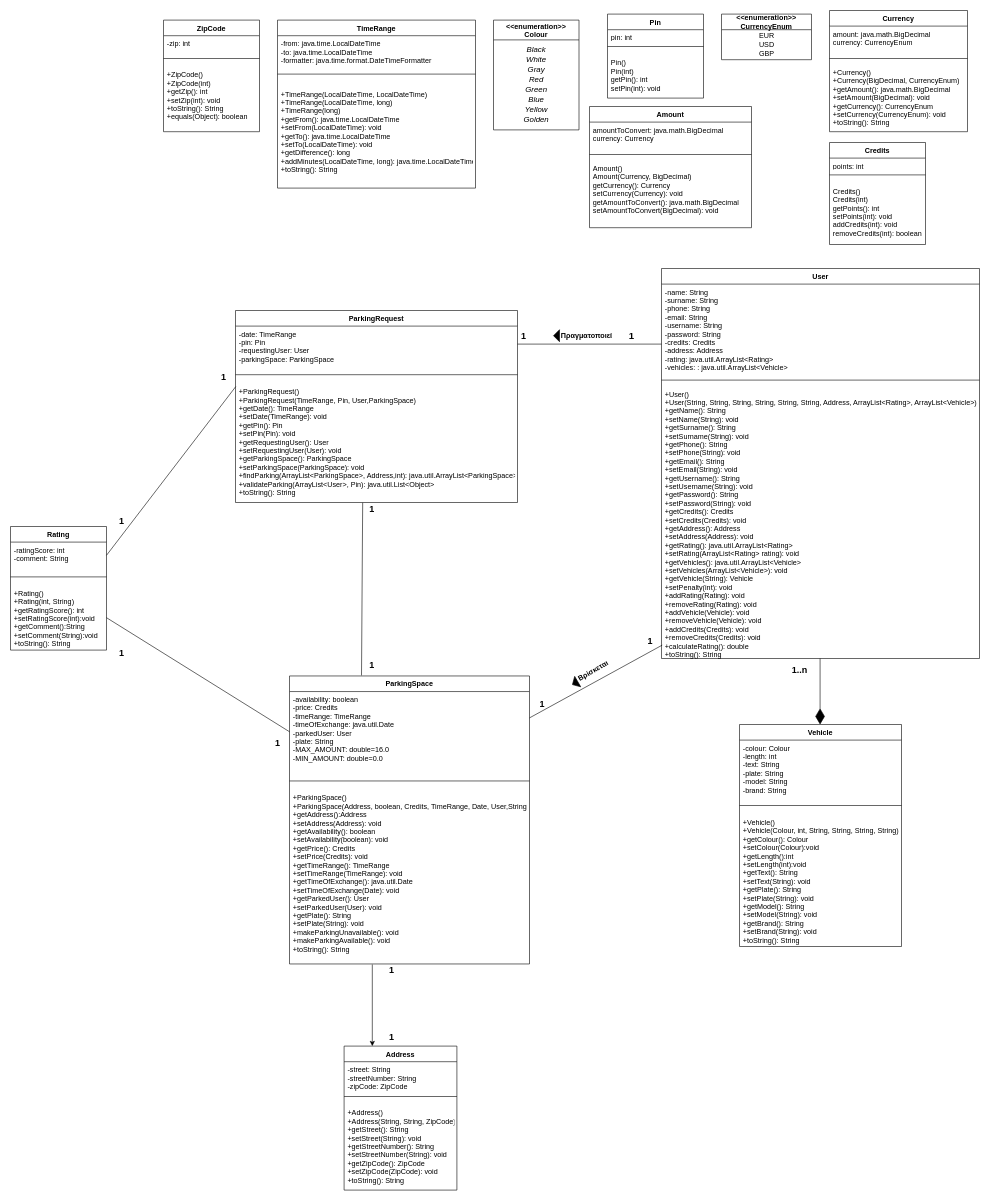
Earlier version of the draw.io diagram requirements/DRAWIO files/classDiagram.drawio (ntinouldinho/Parking-App). Source tidied: cells renumbered, new cells numbered last; positions are measured from the earlier drawing's top-left corner, leaving out a move shared by most shapes. Both pictures are drawn from the tidied source at 60%, with x=0, y=0 at pixel (10, 10).
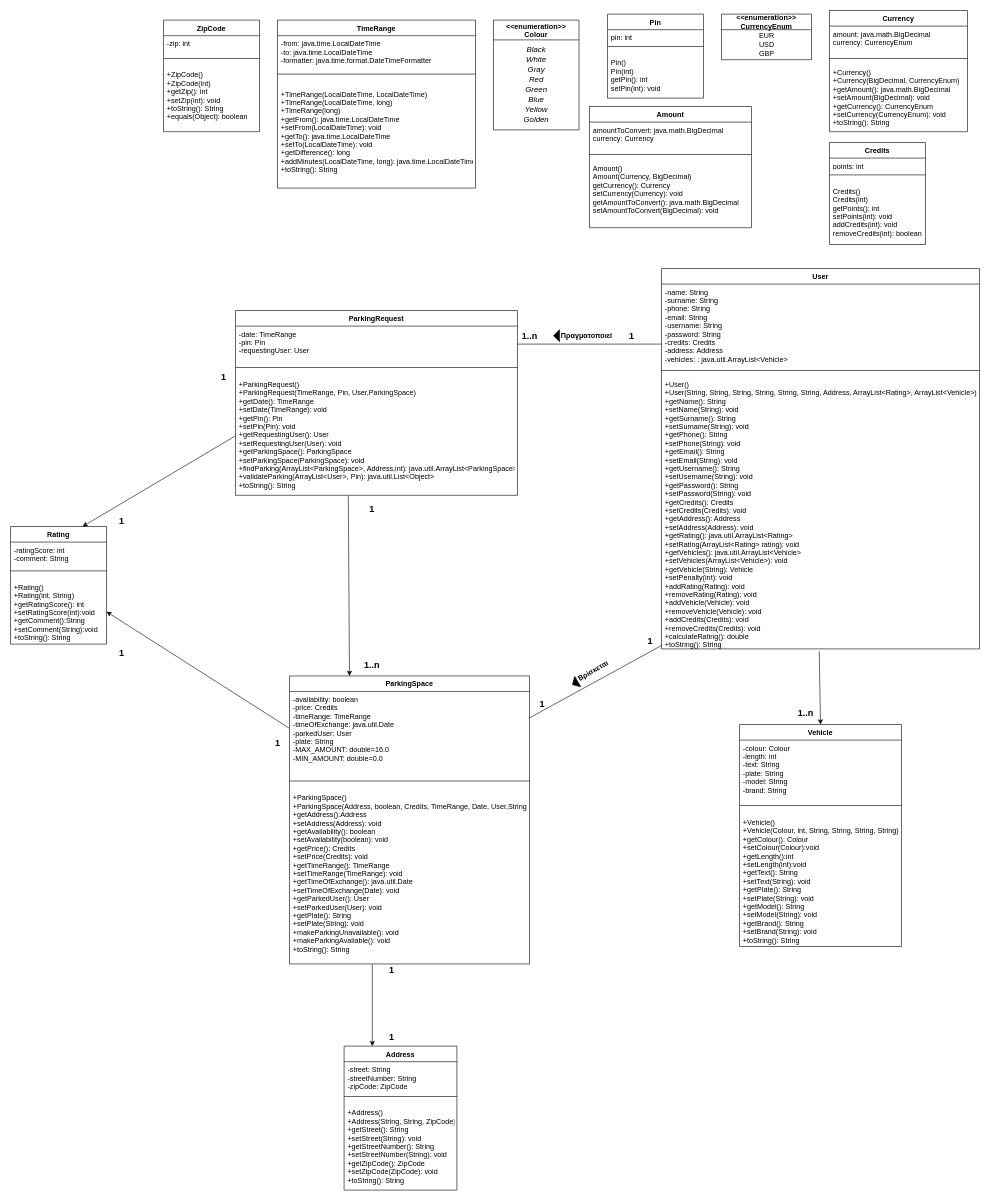
Above is the later version.

Unchanged cells that the change refers to:
```xml
<mxCell id="25" value="Vehicle" style="swimlane;fontStyle=1;align=center;verticalAlign=top;horizontal=1;startSize=26;" parent="1" vertex="1">
  <mxGeometry x="1215" y="1190" width="270" height="370" as="geometry" />
</mxCell>
<mxCell id="33" value="ParkingSpace" style="swimlane;fontStyle=1;align=center;verticalAlign=top;horizontal=1;startSize=26;" parent="1" vertex="1">
  <mxGeometry x="465" y="1109.1" width="400" height="480" as="geometry" />
</mxCell>
<mxCell id="34" value="-availability: boolean&#10;-price: Credits&#10;-timeRange: TimeRange&#10;-timeOfExchange: java.util.Date&#10;-parkedUser: User&#10;-plate: String&#10;-MAX_AMOUNT: double=16.0&#10;-MIN_AMOUNT: double=0.0&#10;" style="text;strokeColor=none;fillColor=none;align=left;verticalAlign=top;spacingLeft=4;spacingRight=4;overflow=hidden;points=[[0,0.5],[1,0.5]];portConstraint=eastwest;" parent="33" vertex="1">
  <mxGeometry y="26" width="400" height="134" as="geometry" />
</mxCell>
```

Change to the diagram source:
```diff
@@
     <mxCell id="2" value="&lt;b&gt;&lt;font style=&quot;font-size: 15px&quot;&gt;1..n&lt;/font&gt;&lt;/b&gt;" style="text;html=1;align=center;verticalAlign=middle;" parent="1" vertex="1">
-      <mxGeometry x="1295" y="1089.1" width="40" height="20" as="geometry" />
+      <mxGeometry x="1305" y="1160" width="40" height="20" as="geometry" />
     </mxCell>
@@
-    <mxCell id="6" style="endArrow=none;html=1;exitX=0.461;exitY=0.014;exitDx=0;exitDy=0;exitPerimeter=0;entryX=0.451;entryY=1.002;entryDx=0;entryDy=0;entryPerimeter=0;" parent="1" edge="1" target="32">
-      <mxGeometry relative="1" as="geometry">
-        <mxPoint x="585" y="1108.2" as="sourcePoint" />
-      </mxGeometry>
-    </mxCell>
-    <mxCell id="7" value="&lt;b&gt;&lt;font style=&quot;font-size: 15px&quot;&gt;1&lt;/font&gt;&lt;/b&gt;" style="text;html=1;align=center;verticalAlign=middle;" parent="1" vertex="1">
-      <mxGeometry x="845" y="532" width="20" height="20" as="geometry" />
+    <mxCell id="7" value="&lt;b&gt;&lt;font style=&quot;font-size: 15px&quot;&gt;1..n&lt;/font&gt;&lt;/b&gt;" style="text;html=1;align=center;verticalAlign=middle;" parent="1" vertex="1">
+      <mxGeometry x="845" y="532" width="40" height="20" as="geometry" />
     </mxCell>
@@
-    <mxCell id="9" value="&lt;b&gt;&lt;font style=&quot;font-size: 15px&quot;&gt;1&lt;/font&gt;&lt;/b&gt;" style="text;html=1;align=center;verticalAlign=middle;" parent="1" vertex="1">
-      <mxGeometry x="592" y="1080.6" width="20" height="20" as="geometry" />
+    <mxCell id="9" value="&lt;b&gt;&lt;font style=&quot;font-size: 15px&quot;&gt;1..n&lt;/font&gt;&lt;/b&gt;" style="text;html=1;align=center;verticalAlign=middle;" parent="1" vertex="1">
+      <mxGeometry x="582" y="1080.6" width="40" height="20" as="geometry" />
     </mxCell>
@@
-    <mxCell id="20" style="endArrow=diamondThin;endFill=1;endSize=24;html=1;entryX=0.5;entryY=0;entryDx=0;entryDy=0;" parent="1" edge="1">
-      <mxGeometry relative="1" as="geometry">
-        <mxPoint x="1349.3" y="1080" as="sourcePoint" />
-        <mxPoint x="1349.3" y="1190" as="targetPoint" />
-      </mxGeometry>
-    </mxCell>
     <mxCell id="21" value="User" style="swimlane;fontStyle=1;align=center;verticalAlign=top;horizontal=1;startSize=26;" parent="1" vertex="1">
-      <mxGeometry x="1085" y="430" width="530" height="650" as="geometry" />
+      <mxGeometry x="1085" y="430" width="530" height="634" as="geometry" />
     </mxCell>
-    <mxCell id="22" value="-name: String&#10;-surname: String&#10;-phone: String&#10;-email: String&#10;-username: String&#10;-password: String&#10;-credits: Credits&#10;-address: Address&#10;-rating: java.util.ArrayList&lt;Rating&gt;&#10;-vehicles: : java.util.ArrayList&lt;Vehicle&gt;&#10;" style="text;strokeColor=none;fillColor=none;align=left;verticalAlign=top;spacingLeft=4;spacingRight=4;overflow=hidden;" parent="21" vertex="1">
-      <mxGeometry y="26" width="530" height="150" as="geometry" />
+    <mxCell id="22" value="-name: String&#10;-surname: String&#10;-phone: String&#10;-email: String&#10;-username: String&#10;-password: String&#10;-credits: Credits&#10;-address: Address&#10;-vehicles: : java.util.ArrayList&lt;Vehicle&gt;&#10;" style="text;strokeColor=none;fillColor=none;align=left;verticalAlign=top;spacingLeft=4;spacingRight=4;overflow=hidden;" parent="21" vertex="1">
+      <mxGeometry y="26" width="530" height="134" as="geometry" />
     </mxCell>
     <mxCell id="23" style="line;strokeWidth=1;fillColor=none;align=left;verticalAlign=middle;spacingTop=-1;spacingLeft=3;spacingRight=3;labelPosition=right;" parent="21" vertex="1">
-      <mxGeometry y="176" width="530" height="20" as="geometry" />
+      <mxGeometry y="160" width="530" height="20" as="geometry" />
     </mxCell>
     <mxCell id="24" value="+User()&#10;+User(String, String, String, String, String, String, Address, ArrayList&lt;Rating&gt;, ArrayList&lt;Vehicle&gt;)&#10;+getName(): String&#10;+setName(String): void&#10;+getSurname(): String&#10;+setSurname(String): void&#10;+getPhone(): String&#10;+setPhone(String): void&#10;+getEmail(): String&#10;+setEmail(String): void&#10;+getUsername(): String&#10;+setUsername(String): void&#10;+getPassword(): String&#10;+setPassword(String): void&#10;+getCredits(): Credits&#10;+setCredits(Credits): void&#10;+getAddress(): Address&#10;+setAddress(Address): void&#10;+getRating(): java.util.ArrayList&lt;Rating&gt;&#10;+setRating(ArrayList&lt;Rating&gt; rating): void&#10;+getVehicles(): java.util.ArrayList&lt;Vehicle&gt;&#10;+setVehicles(ArrayList&lt;Vehicle&gt;): void&#10;+getVehicle(String): Vehicle&#10;+setPenalty(int): void&#10;+addRating(Rating): void&#10;+removeRating(Rating): void&#10;+addVehicle(Vehicle): void&#10;+removeVehicle(Vehicle): void&#10;+addCredits(Credits): void&#10;+removeCredits(Credits): void&#10;+calculateRating(): double&#10;+toString(): String" style="text;strokeColor=none;fillColor=none;align=left;verticalAlign=top;spacingLeft=4;spacingRight=4;overflow=hidden;points=[[0,0.5],[1,0.5]];portConstraint=eastwest;" parent="21" vertex="1">
-      <mxGeometry y="196" width="530" height="454" as="geometry" />
+      <mxGeometry y="180" width="530" height="454" as="geometry" />
     </mxCell>
@@
     <mxCell id="29" value="ParkingRequest" style="swimlane;fontStyle=1;align=center;verticalAlign=top;horizontal=1;startSize=26;" parent="1" vertex="1">
-      <mxGeometry x="375" y="500" width="470" height="320" as="geometry" />
+      <mxGeometry x="375" y="500" width="470" height="308" as="geometry" />
     </mxCell>
-    <mxCell id="30" value="-date: TimeRange&#10;-pin: Pin&#10;-requestingUser: User&#10;-parkingSpace: ParkingSpace&#10;" style="text;strokeColor=none;fillColor=none;align=left;verticalAlign=top;spacingLeft=4;spacingRight=4;overflow=hidden;" parent="29" vertex="1">
-      <mxGeometry y="26" width="470" height="66" as="geometry" />
+    <mxCell id="30" value="-date: TimeRange&#10;-pin: Pin&#10;-requestingUser: User&#10;" style="text;strokeColor=none;fillColor=none;align=left;verticalAlign=top;spacingLeft=4;spacingRight=4;overflow=hidden;" parent="29" vertex="1">
+      <mxGeometry y="26" width="470" height="54" as="geometry" />
     </mxCell>
     <mxCell id="31" style="line;strokeWidth=1;fillColor=none;align=left;verticalAlign=middle;spacingTop=-1;spacingLeft=3;spacingRight=3;labelPosition=right;" parent="29" vertex="1">
-      <mxGeometry y="92" width="470" height="30" as="geometry" />
+      <mxGeometry y="80" width="470" height="30" as="geometry" />
     </mxCell>
     <mxCell id="32" value="+ParkingRequest()&#10;+ParkingRequest(TimeRange, Pin, User,ParkingSpace)&#10;+getDate(): TimeRange&#10;+setDate(TimeRange): void&#10;+getPin(): Pin&#10;+setPin(Pin): void&#10;+getRequestingUser(): User&#10;+setRequestingUser(User): void &#10;+getParkingSpace(): ParkingSpace&#10;+setParkingSpace(ParkingSpace): void&#10;+findParking(ArrayList&lt;ParkingSpace&gt;, Address,int): java.util.ArrayList&lt;ParkingSpace&gt;&#10;+validateParking(ArrayList&lt;User&gt;, Pin): java.util.List&lt;Object&gt;&#10;+toString(): String" style="text;strokeColor=none;fillColor=none;align=left;verticalAlign=top;spacingLeft=4;spacingRight=4;overflow=hidden;points=[[0,0.5],[1,0.5]];portConstraint=eastwest;" parent="29" vertex="1">
-      <mxGeometry y="122" width="470" height="198" as="geometry" />
+      <mxGeometry y="110" width="470" height="198" as="geometry" />
     </mxCell>
@@
     <mxCell id="37" value="Rating" style="swimlane;fontStyle=1;align=center;verticalAlign=top;horizontal=1;startSize=26;" parent="1" vertex="1">
-      <mxGeometry y="860" width="160" height="206" as="geometry" />
+      <mxGeometry y="860" width="160" height="196" as="geometry" />
     </mxCell>
     <mxCell id="38" value="-ratingScore: int&#10;-comment: String" style="text;strokeColor=none;fillColor=none;align=left;verticalAlign=top;spacingLeft=4;spacingRight=4;overflow=hidden;points=[[0,0.5],[1,0.5]];portConstraint=eastwest;" parent="37" vertex="1">
-      <mxGeometry y="26" width="160" height="44" as="geometry" />
+      <mxGeometry y="26" width="160" height="34" as="geometry" />
     </mxCell>
     <mxCell id="39" style="line;strokeWidth=1;fillColor=none;align=left;verticalAlign=middle;spacingTop=-1;spacingLeft=3;spacingRight=3;labelPosition=right;" parent="37" vertex="1">
-      <mxGeometry y="70" width="160" height="28" as="geometry" />
+      <mxGeometry y="60" width="160" height="28" as="geometry" />
     </mxCell>
     <mxCell id="40" value="+Rating()&#10;+Rating(int, String)&#10;+getRatingScore(): int&#10;+setRatingScore(int):void&#10;+getComment():String&#10;+setComment(String):void&#10;+toString(): String" style="text;strokeColor=none;fillColor=none;align=left;verticalAlign=top;spacingLeft=4;spacingRight=4;overflow=hidden;points=[[0,0.5],[1,0.5]];portConstraint=eastwest;" parent="37" vertex="1">
-      <mxGeometry y="98" width="160" height="108" as="geometry" />
+      <mxGeometry y="88" width="160" height="108" as="geometry" />
     </mxCell>
@@
-    <mxCell id="68" style="endArrow=none;html=1;entryX=0.001;entryY=0.024;entryDx=0;entryDy=0;entryPerimeter=0;exitX=1;exitY=0.5;exitDx=0;exitDy=0;" parent="1" edge="1" source="38" target="32">
-      <mxGeometry relative="1" as="geometry" />
-    </mxCell>
-    <mxCell id="69" style="endArrow=none;html=1;entryX=1;entryY=0.5;entryDx=0;entryDy=0;exitX=0;exitY=0.5;exitDx=0;exitDy=0;" parent="1" edge="1" source="34" target="40">
-      <mxGeometry relative="1" as="geometry" />
-    </mxCell>
@@
+    <mxCell id="69" style="endArrow=classic;html=1;exitX=-0.002;exitY=0.454;exitDx=0;exitDy=0;exitPerimeter=0;entryX=1;entryY=0.5;entryDx=0;entryDy=0;" parent="1" edge="1" source="34" target="40">
+      <mxGeometry relative="1" as="geometry" />
+    </mxCell>
+    <mxCell id="78" style="endArrow=classic;html=1;exitX=0;exitY=0.5;exitDx=0;exitDy=0;entryX=0.75;entryY=0;entryDx=0;entryDy=0;" parent="1" edge="1" source="32" target="37">
+      <mxGeometry relative="1" as="geometry" />
+    </mxCell>
+    <mxCell id="79" style="endArrow=classic;html=1;exitX=0.4;exitY=1.005;exitDx=0;exitDy=0;exitPerimeter=0;entryX=0.25;entryY=0;entryDx=0;entryDy=0;" parent="1" edge="1" source="32" target="33">
+      <mxGeometry relative="1" as="geometry" />
+    </mxCell>
+    <mxCell id="80" style="endArrow=classic;html=1;exitX=0.496;exitY=1.009;exitDx=0;exitDy=0;exitPerimeter=0;entryX=0.5;entryY=0;entryDx=0;entryDy=0;" parent="1" edge="1" source="24" target="25">
+      <mxGeometry relative="1" as="geometry" />
+    </mxCell>
```
